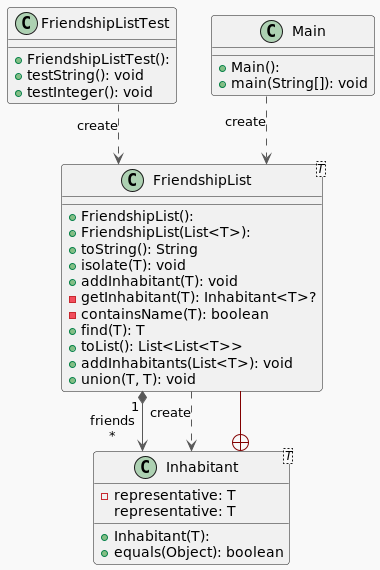
TorielLink/Union-find_Improved keeps this PlantUML diagram as diagramm.png. Above is the earlier version.
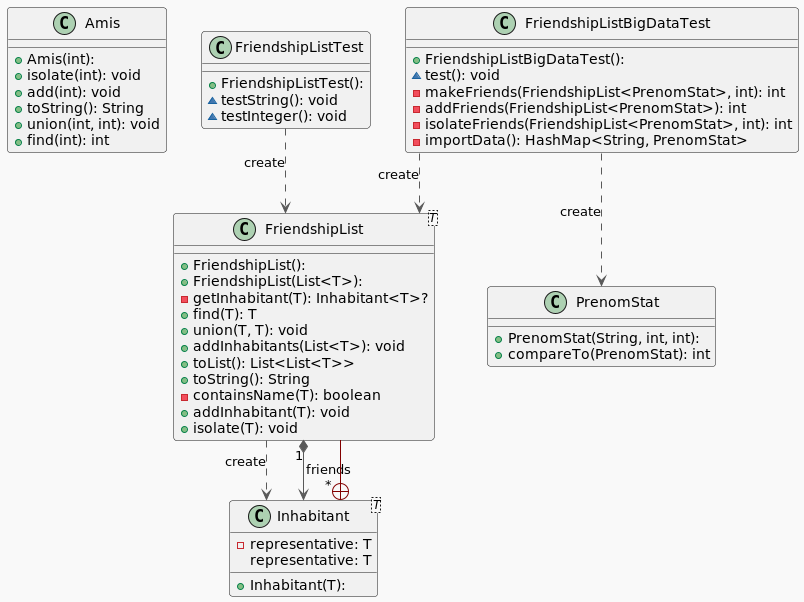
After the commit.

Diff of the diagram source:
```diff
@@ -4,38 +4,54 @@
 top to bottom direction
 skinparam linetype ortho
 
+class Amis {
+  + Amis(int):
+  + isolate(int): void
+  + add(int): void
+  + toString(): String
+  + union(int, int): void
+  + find(int): int
+}
 class FriendshipList<T> {
   + FriendshipList():
   + FriendshipList(List<T>):
+  - getInhabitant(T): Inhabitant<T>?
+  + find(T): T
+  + union(T, T): void
+  + addInhabitants(List<T>): void
+  + toList(): List<List<T>>
   + toString(): String
+  - containsName(T): boolean
+  + addInhabitant(T): void
   + isolate(T): void
-  + addInhabitant(T): void
-  - getInhabitant(T): Inhabitant<T>?
-  - containsName(T): boolean
-  + find(T): T
-  + toList(): List<List<T>>
-  + addInhabitants(List<T>): void
-  + union(T, T): void
+}
+class FriendshipListBigDataTest {
+  + FriendshipListBigDataTest():
+  ~ test(): void
+  - makeFriends(FriendshipList<PrenomStat>, int): int
+  - addFriends(FriendshipList<PrenomStat>): int
+  - isolateFriends(FriendshipList<PrenomStat>, int): int
+  - importData(): HashMap<String, PrenomStat>
 }
 class FriendshipListTest {
   + FriendshipListTest():
-  + testString(): void
-  + testInteger(): void
+  ~ testString(): void
+  ~ testInteger(): void
 }
 class Inhabitant<T> {
   + Inhabitant(T):
   - representative: T
-  + equals(Object): boolean
    representative: T
 }
-class Main {
-  + Main():
-  + main(String[]): void
+class PrenomStat {
+  + PrenomStat(String, int, int):
+  + compareTo(PrenomStat): int
 }
 
-FriendshipList     "1" *-[#595959,plain]-> "friends\n*" Inhabitant
-FriendshipList      -[#595959,dashed]->  Inhabitant         : "«create»"
-FriendshipListTest  -[#595959,dashed]->  FriendshipList     : "«create»"
-Inhabitant          +-[#820000,plain]-  FriendshipList
-Main                -[#595959,dashed]->  FriendshipList     : "«create»"
+FriendshipList             -[#595959,dashed]->  Inhabitant                : "«create»"
+FriendshipList            "1" *-[#595959,plain]-> "friends\n*" Inhabitant
+FriendshipListBigDataTest  -[#595959,dashed]->  FriendshipList            : "«create»"
+FriendshipListBigDataTest  -[#595959,dashed]->  PrenomStat                : "«create»"
+FriendshipListTest         -[#595959,dashed]->  FriendshipList            : "«create»"
+Inhabitant                 +-[#820000,plain]-  FriendshipList
 @enduml
```
